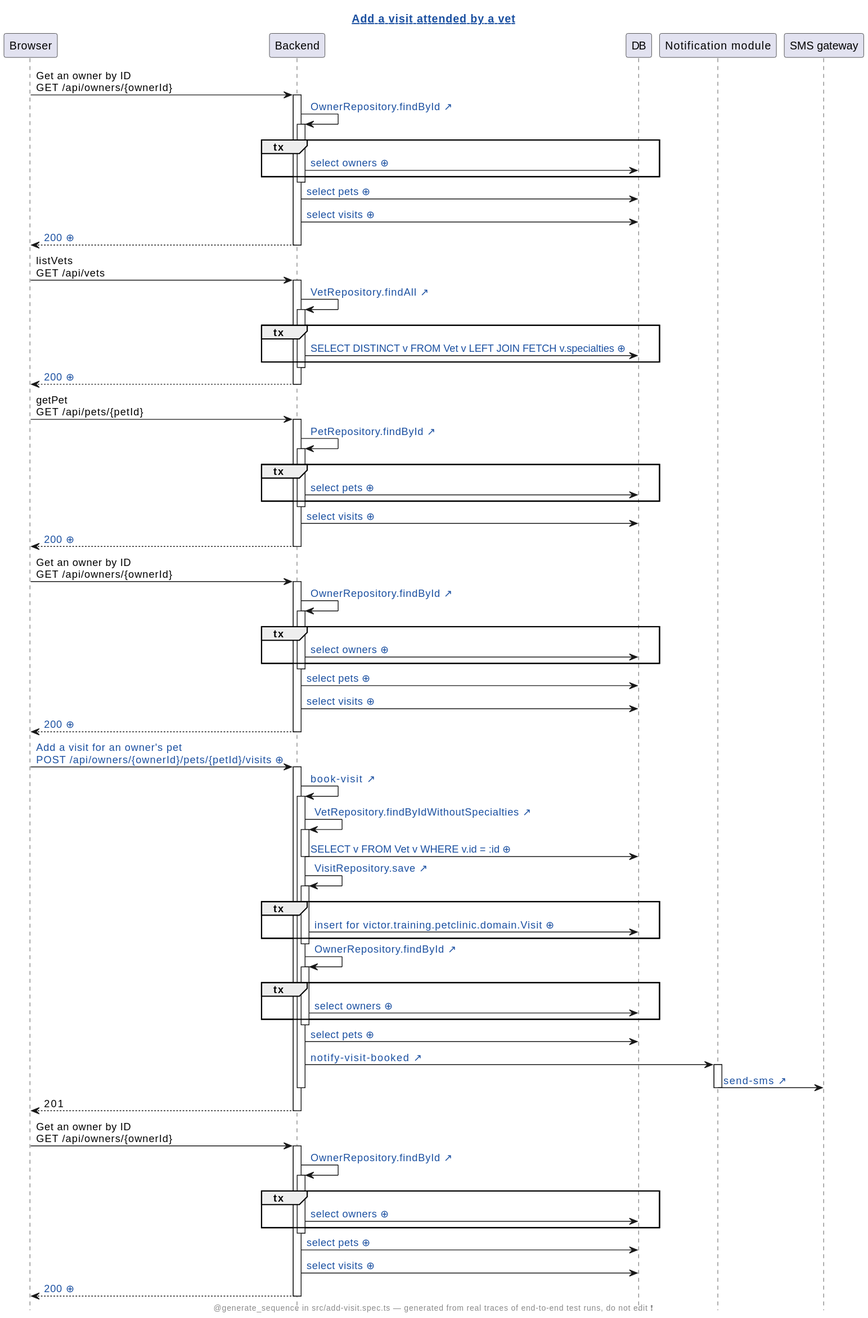
The PlantUML diagram demo/petclinic-pr/assets/diagrams/petclinic-test_generated_add-visit.spec.ts.add-a-visit-attended-by-a-vet.genseq.new.svg in victorrentea/human-review, before a commit.
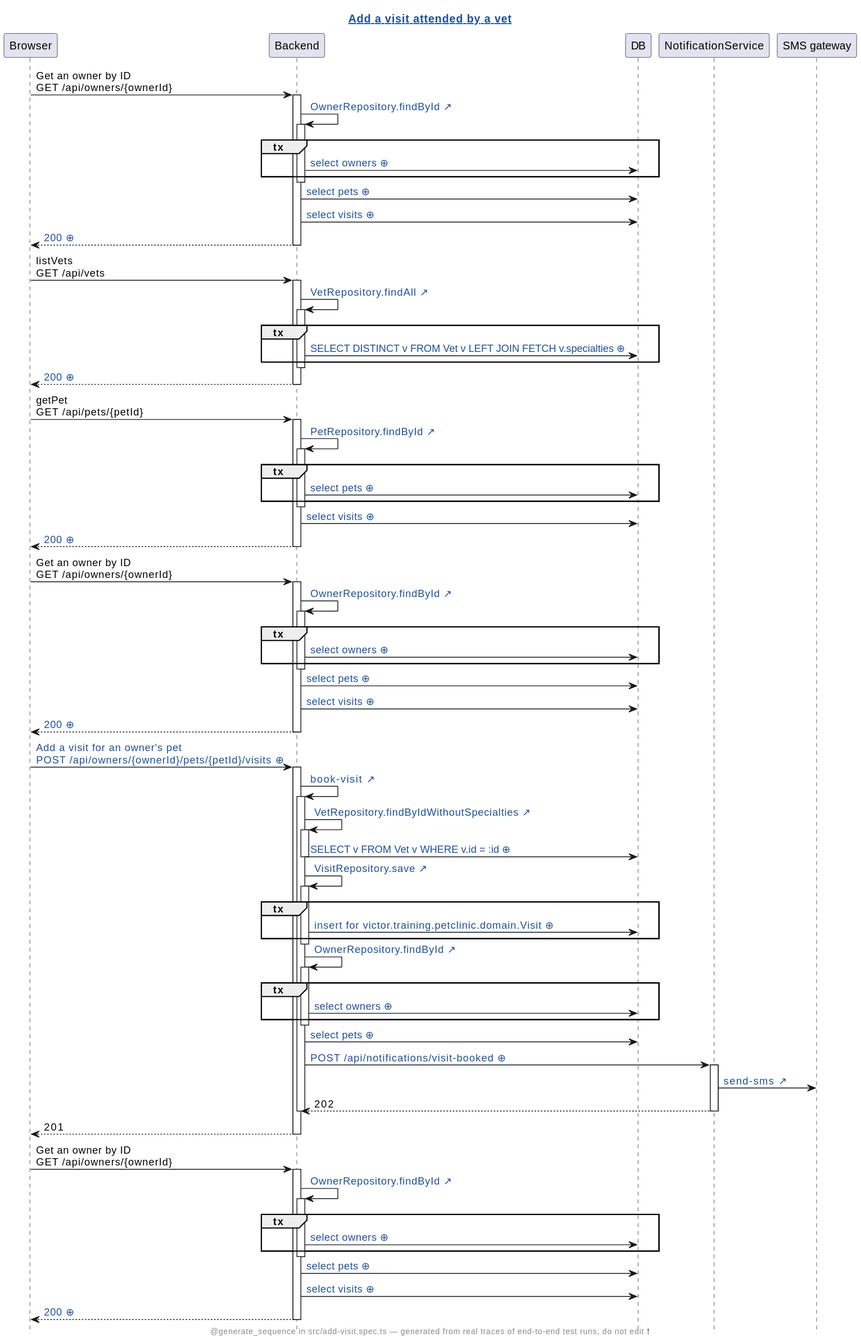
After the change.

Diff of the diagram source:
```diff
@@ -7,7 +7,7 @@
 participant Browser
 participant Backend
 participant DB
-participant "Notification module"
+participant NotificationService
 participant "SMS gateway"
 Browser -> Backend: Get an owner by ID\nGET /api/owners/{ownerId}
 activate Backend
@@ -54,7 +54,7 @@
 Backend -> DB: [[genseq://1eq1h2q{Click for the statement behind this call} select visits ⊕]]
 Backend --> Browser: [[genseq://0tvg3tn{Click for this call’s JSON body} 200 ⊕]]
 deactivate Backend
-Browser -> Backend: [[genseq://07judo6{Click for this call’s JSON body} Add a visit for an owner's pet\nPOST /api/owners/{ownerId}/pets/{petId}/visits ⊕]]
+Browser -> Backend: [[genseq://0q7ntxd{Click for this call’s JSON body} Add a visit for an owner's pet\nPOST /api/owners/{ownerId}/pets/{petId}/visits ⊕]]
 activate Backend
 Backend -> Backend: [[src://petclinic-backend/src/main/java/victor/training/petclinic/rest/OwnerRestController.java:191{Click to open OwnerRestController.bookVisit} book-visit ↗]]
 activate Backend
@@ -65,7 +65,7 @@
 Backend -> Backend: [[src://petclinic-backend/src/main/java/victor/training/petclinic/repository/VisitRepository.java:14{Click to open VisitRepository.save} VisitRepository.save ↗]]
 activate Backend
 group tx
-Backend -> DB: [[genseq://0hn35o0{Click for the statement behind this call} insert for victor.training.petclinic.domain.Visit ⊕]]
+Backend -> DB: [[genseq://10jvngd{Click for the statement behind this call} insert for victor.training.petclinic.domain.Visit ⊕]]
 end
 deactivate Backend
 Backend -> Backend: [[src://petclinic-backend/src/main/java/victor/training/petclinic/repository/OwnerRepository.java:14{Click to open OwnerRepository.findById} OwnerRepository.findById ↗]]
@@ -75,10 +75,11 @@
 end
 deactivate Backend
 Backend -> DB: [[genseq://18567ho{Click for the statement behind this call} select pets ⊕]]
-Backend -> "Notification module": [[src://petclinic-backend/src/main/java/victor/training/petclinic/notification/FakeSmsNotificationSender.java:45{Click to open FakeSmsNotificationSender.visitBooked} notify-visit-booked ↗]]
-activate "Notification module"
-"Notification module" -> "SMS gateway": [[src://petclinic-backend/src/main/java/victor/training/petclinic/notification/FakeSmsNotificationSender.java:47{Click to open FakeSmsNotificationSender.sendSms} send-sms ↗]]
-deactivate "Notification module"
+Backend -> NotificationService: [[genseq://1cfd0z0{Click for this call’s JSON body} POST /api/notifications/visit-booked ⊕]]
+activate NotificationService
+NotificationService -> "SMS gateway": [[src://notification-service/src/main/java/victor/training/notification/SmsGateway.java:23{Click to open SmsGateway.send} send-sms ↗]]
+NotificationService --> Backend: 202
+deactivate NotificationService
 deactivate Backend
 Backend --> Browser: 201
 deactivate Backend
@@ -92,6 +93,6 @@
 deactivate Backend
 Backend -> DB: [[genseq://18567ho{Click for the statement behind this call} select pets ⊕]]
 Backend -> DB: [[genseq://1eq1h2q{Click for the statement behind this call} select visits ⊕]]
-Backend --> Browser: [[genseq://0k9x4kf{Click for this call’s JSON body} 200 ⊕]]
+Backend --> Browser: [[genseq://02yixe9{Click for this call’s JSON body} 200 ⊕]]
 deactivate Backend
 @enduml
```
